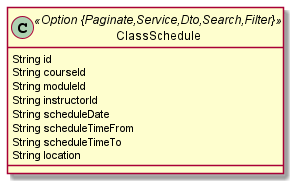
shahidhmohamed/smartCampusManagmentSystem---backEnd keeps this PlantUML diagram as JDL/schdule_classes.png. Above is the earlier version.
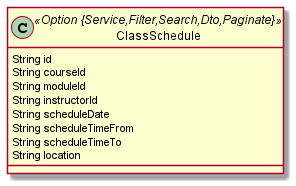
Above is the later version.

Diff of the diagram source:
```diff
@@ -1,6 +1,6 @@
 @startuml
 	!pragma syntax class
-	class ClassSchedule <<Option {Paginate,Service,Dto,Search,Filter}>> {
+	class ClassSchedule <<Option {Service,Filter,Search,Dto,Paginate}>> {
 		String id
 		String courseId
 		String moduleId
```
